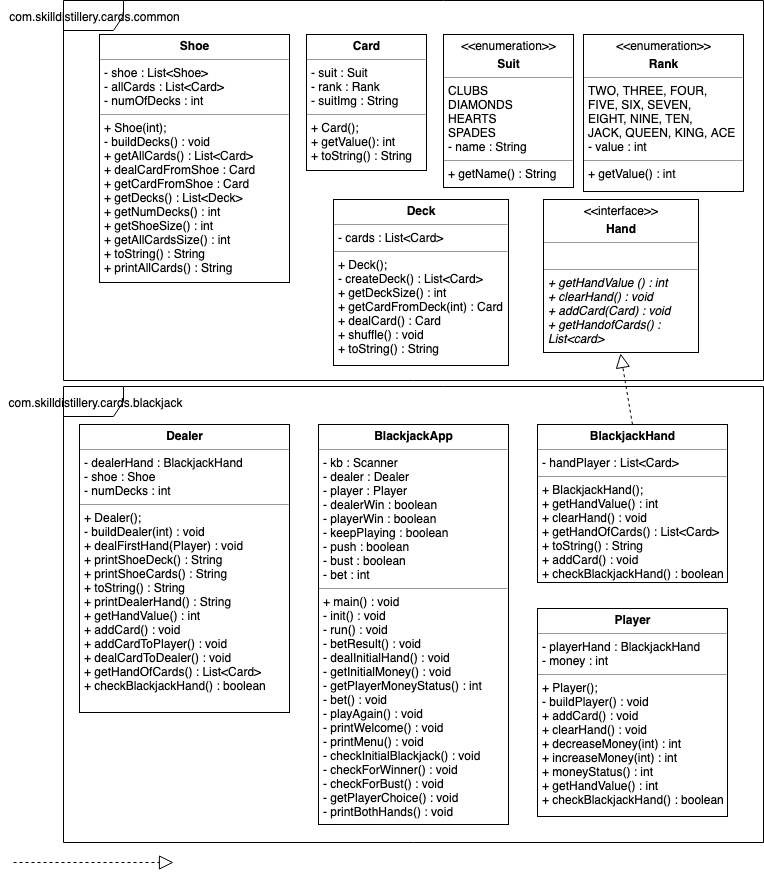
Above: CardGamesBlackjack.png in robrides/BlackjackProject (draw.io), before the change. Source tidied: cells renumbered, new cells last; positions are measured from the earlier drawing's top-left corner, leaving out a move shared by most shapes.
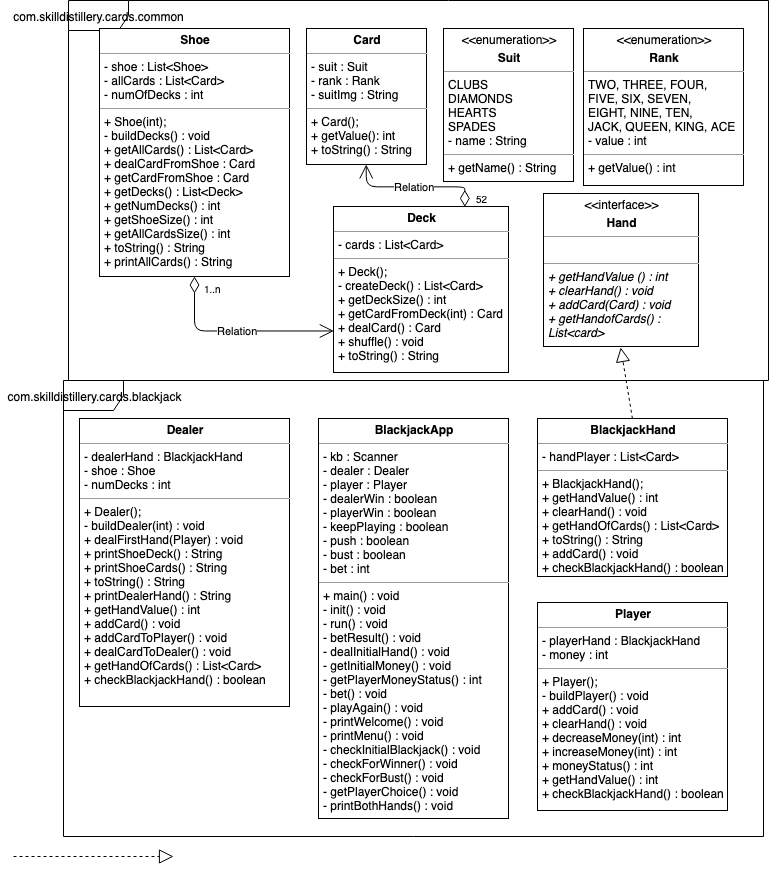
The same diagram one commit later.

Commit message:
Added relationships to the UML diagram

The edit, as a diff of the source:
```diff
@@ -3,7 +3,7 @@
     <mxCell id="0" />
     <mxCell id="1" parent="0" />
     <mxCell id="2" value="&lt;div style=&quot;text-align: left&quot;&gt;&lt;span&gt;com.skilldistillery.cards.common&lt;/span&gt;&lt;/div&gt;" style="shape=umlFrame;whiteSpace=wrap;html=1;" parent="1" vertex="1">
-      <mxGeometry x="50" width="700" height="380" as="geometry" />
+      <mxGeometry x="55" y="6" width="700" height="380" as="geometry" />
     </mxCell>
     <mxCell id="3" value="&lt;div style=&quot;text-align: left&quot;&gt;&lt;span&gt;com.skilldistillery.cards.blackjack&lt;/span&gt;&lt;/div&gt;" style="shape=umlFrame;whiteSpace=wrap;html=1;" parent="1" vertex="1">
       <mxGeometry x="50" y="386" width="700" height="456" as="geometry" />
@@ -24,7 +24,7 @@
       <mxGeometry x="570" y="34" width="160" height="157" as="geometry" />
     </mxCell>
     <mxCell id="9" value="&lt;p style=&quot;margin: 0px ; margin-top: 4px ; text-align: center&quot;&gt;&lt;b&gt;Deck&lt;/b&gt;&lt;/p&gt;&lt;hr size=&quot;1&quot;&gt;&lt;p style=&quot;margin: 0px ; margin-left: 4px&quot;&gt;- cards : List&amp;lt;Card&amp;gt;&lt;/p&gt;&lt;hr size=&quot;1&quot;&gt;&lt;p style=&quot;margin: 0px ; margin-left: 4px&quot;&gt;+ Deck();&lt;/p&gt;&lt;p style=&quot;margin: 0px ; margin-left: 4px&quot;&gt;- createDeck() : List&amp;lt;Card&amp;gt;&amp;nbsp;&lt;/p&gt;&lt;p style=&quot;margin: 0px ; margin-left: 4px&quot;&gt;+ getDeckSize() : int&lt;/p&gt;&lt;p style=&quot;margin: 0px ; margin-left: 4px&quot;&gt;+ getCardFromDeck(int) : Card&lt;/p&gt;&lt;p style=&quot;margin: 0px ; margin-left: 4px&quot;&gt;+ dealCard() : Card&lt;/p&gt;&lt;p style=&quot;margin: 0px ; margin-left: 4px&quot;&gt;+ shuffle() : void&lt;/p&gt;&lt;p style=&quot;margin: 0px ; margin-left: 4px&quot;&gt;+ toString() : String&lt;/p&gt;" style="verticalAlign=top;align=left;overflow=fill;fontSize=12;fontFamily=Helvetica;html=1;rounded=0;shadow=0;comic=0;labelBackgroundColor=none;strokeColor=#000000;strokeWidth=1;fillColor=#ffffff;" parent="1" vertex="1">
-      <mxGeometry x="320" y="199" width="175" height="166" as="geometry" />
+      <mxGeometry x="320" y="212" width="175" height="166" as="geometry" />
     </mxCell>
     <mxCell id="10" value="&lt;p style=&quot;margin: 0px ; margin-top: 4px ; text-align: center&quot;&gt;&lt;b&gt;Player&lt;/b&gt;&lt;/p&gt;&lt;hr size=&quot;1&quot;&gt;&lt;p style=&quot;margin: 0px ; margin-left: 4px&quot;&gt;- playerHand : BlackjackHand&lt;/p&gt;&lt;p style=&quot;margin: 0px ; margin-left: 4px&quot;&gt;- money : int&lt;/p&gt;&lt;hr size=&quot;1&quot;&gt;&lt;p style=&quot;margin: 0px ; margin-left: 4px&quot;&gt;+ Player();&lt;/p&gt;&lt;p style=&quot;margin: 0px ; margin-left: 4px&quot;&gt;- buildPlayer() : void&lt;/p&gt;&lt;p style=&quot;margin: 0px ; margin-left: 4px&quot;&gt;+ addCard() : void&lt;/p&gt;&lt;p style=&quot;margin: 0px ; margin-left: 4px&quot;&gt;+ clearHand() : void&lt;/p&gt;&lt;p style=&quot;margin: 0px ; margin-left: 4px&quot;&gt;+ decreaseMoney(int) : int&lt;/p&gt;&lt;p style=&quot;margin: 0px ; margin-left: 4px&quot;&gt;+ increaseMoney(int) : int&lt;/p&gt;&lt;p style=&quot;margin: 0px ; margin-left: 4px&quot;&gt;+ moneyStatus() : int&lt;/p&gt;&lt;p style=&quot;margin: 0px ; margin-left: 4px&quot;&gt;+ getHandValue() : int&lt;/p&gt;&lt;p style=&quot;margin: 0px ; margin-left: 4px&quot;&gt;+ checkBlackjackHand() : boolean&lt;/p&gt;" style="verticalAlign=top;align=left;overflow=fill;fontSize=12;fontFamily=Helvetica;html=1;rounded=0;shadow=0;comic=0;labelBackgroundColor=none;strokeColor=#000000;strokeWidth=1;fillColor=#ffffff;" parent="1" vertex="1">
       <mxGeometry x="524" y="608" width="190" height="208" as="geometry" />
@@ -47,5 +47,26 @@
     <mxCell id="15" style="endArrow=block;dashed=1;endFill=0;endSize=12;html=1;exitX=0.5;exitY=0;exitDx=0;exitDy=0;entryX=0.499;entryY=1.008;entryDx=0;entryDy=0;entryPerimeter=0;" parent="1" edge="1" source="4" target="14">
       <mxGeometry relative="1" as="geometry" />
     </mxCell>
+    <mxCell id="16" value="Relation" style="endArrow=open;html=1;endSize=12;startArrow=diamondThin;startSize=14;startFill=0;edgeStyle=orthogonalEdgeStyle;exitX=0.75;exitY=0;exitDx=0;exitDy=0;" parent="1" edge="1" source="9" target="5">
+      <mxGeometry relative="1" as="geometry">
+        <Array as="points">
+          <mxPoint x="451" y="192" />
+          <mxPoint x="353" y="192" />
+        </Array>
+      </mxGeometry>
+    </mxCell>
+    <mxCell id="17" value="52" style="html=1;align=left;verticalAlign=top;labelBackgroundColor=#ffffff;fontSize=10;" parent="16" vertex="1">
+      <mxGeometry x="-1" relative="1" as="geometry">
+        <mxPoint x="8.5" y="-21.5" as="offset" />
+      </mxGeometry>
+    </mxCell>
+    <mxCell id="18" value="Relation" style="endArrow=open;html=1;endSize=12;startArrow=diamondThin;startSize=14;startFill=0;edgeStyle=orthogonalEdgeStyle;exitX=0.5;exitY=1;exitDx=0;exitDy=0;entryX=0;entryY=0.75;entryDx=0;entryDy=0;" parent="1" edge="1" source="11" target="9">
+      <mxGeometry relative="1" as="geometry" />
+    </mxCell>
+    <mxCell id="19" value="1..n" style="html=1;align=left;verticalAlign=top;labelBackgroundColor=#ffffff;fontSize=10;" parent="18" vertex="1">
+      <mxGeometry x="-1" relative="1" as="geometry">
+        <mxPoint x="7" y="-0.5" as="offset" />
+      </mxGeometry>
+    </mxCell>
   </root>
 </mxGraphModel>
```
